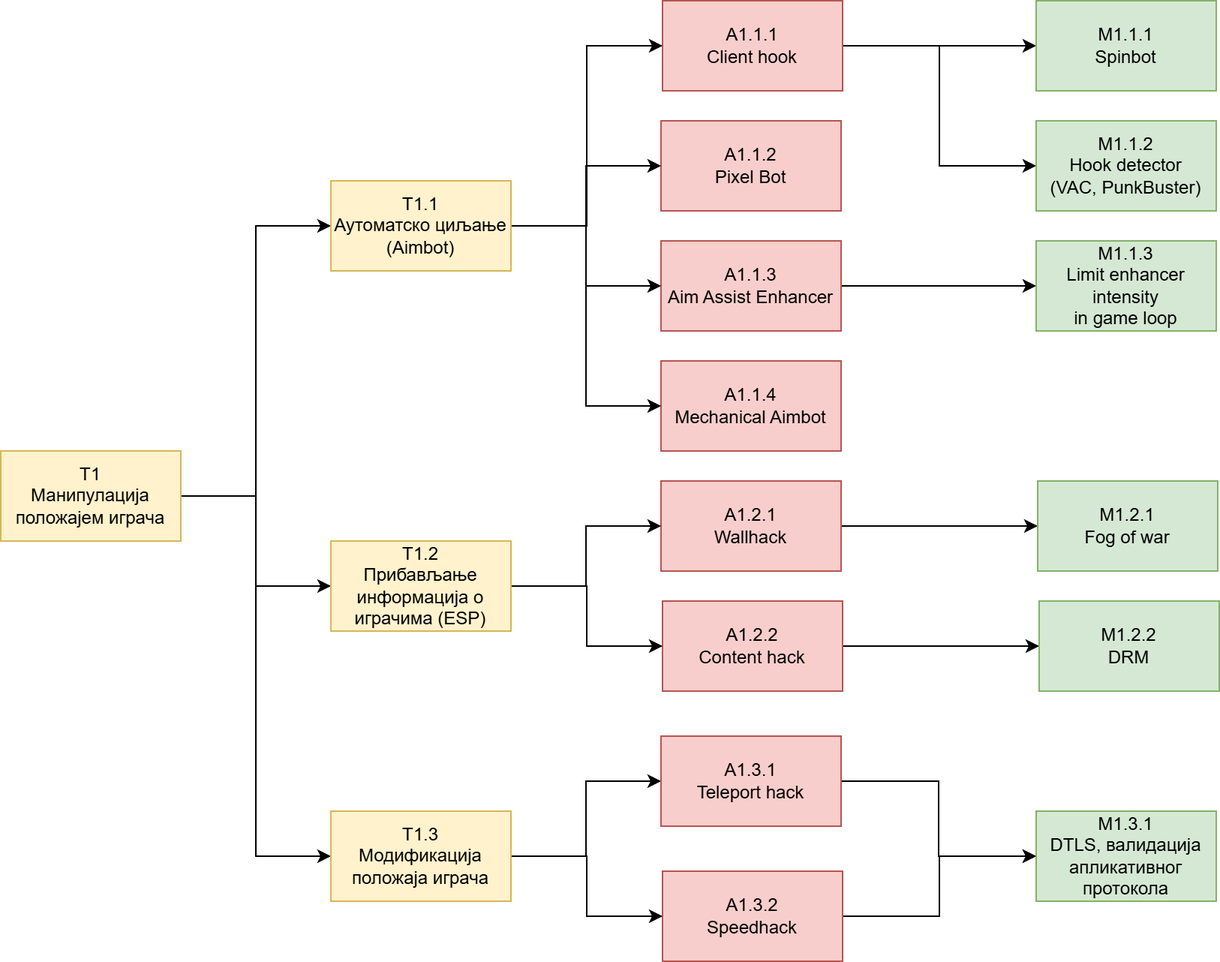
Earlier version of the draw.io export fps/threat_decomposition.drawio.png (magley/game-threat-model). Source tidied: cells renumbered, new cells last; positions are measured from the earlier drawing's top-left corner, leaving out a move shared by most shapes.
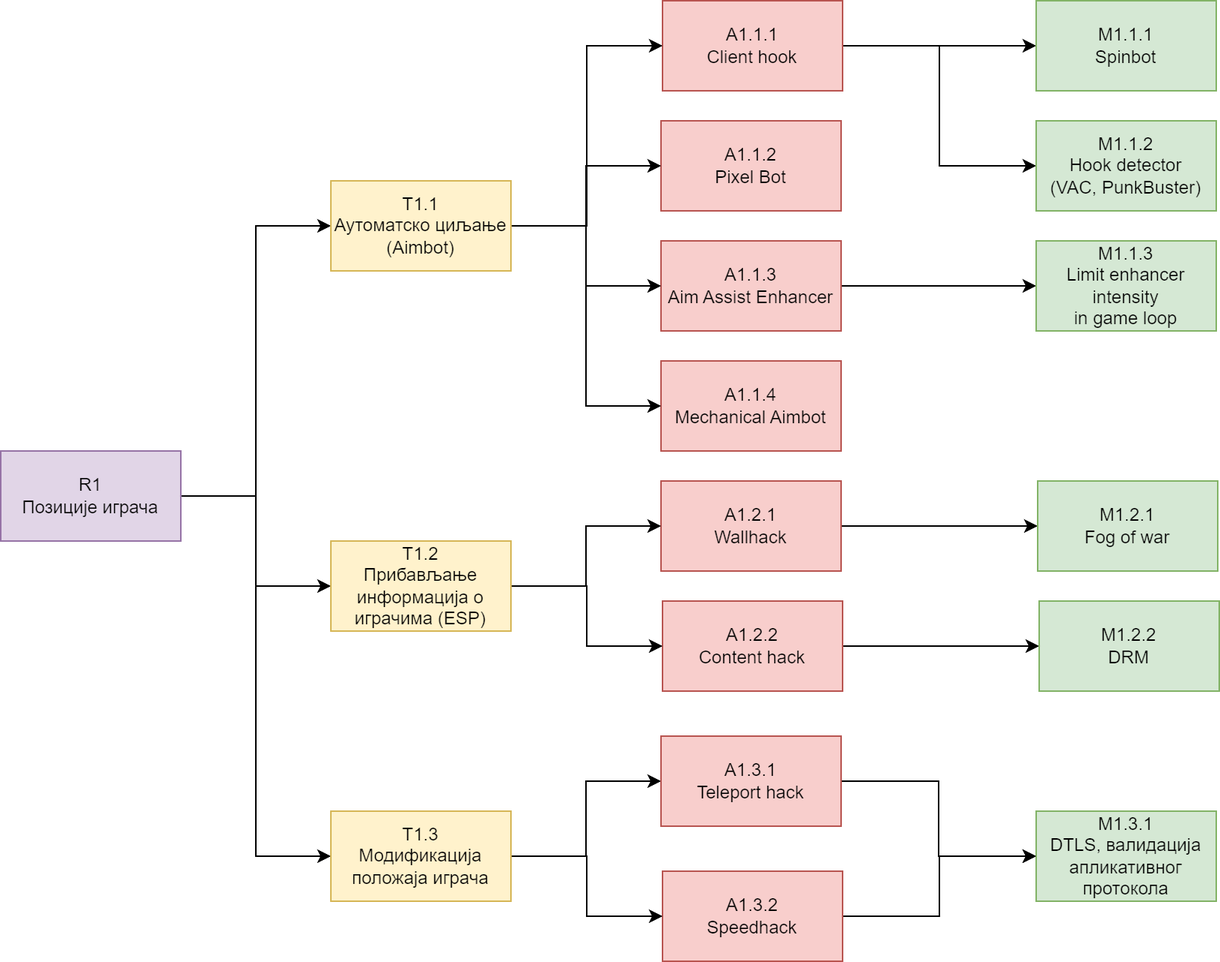
After the commit.

What changed in the source:
```diff
@@ -11,7 +11,7 @@
     <mxCell id="4" style="edgeStyle=orthogonalEdgeStyle;rounded=0;jettySize=auto;html=1;exitX=1;exitY=0.5;exitDx=0;exitDy=0;entryX=0;entryY=0.5;entryDx=0;entryDy=0;" parent="1" edge="1" source="5" target="35">
       <mxGeometry relative="1" as="geometry" />
     </mxCell>
-    <mxCell id="5" value="T1&lt;div&gt;Манипулација положајем играча&lt;/div&gt;" style="rounded=0;whiteSpace=wrap;html=1;fillColor=#fff2cc;strokeColor=#d6b656;" parent="1" vertex="1">
+    <mxCell id="5" value="R1&lt;div&gt;Позиције играча&lt;/div&gt;" style="rounded=0;whiteSpace=wrap;html=1;fillColor=#e1d5e7;strokeColor=#9673a6;" parent="1" vertex="1">
       <mxGeometry y="300" width="120" height="60" as="geometry" />
     </mxCell>
     <mxCell id="6" style="edgeStyle=orthogonalEdgeStyle;rounded=0;jettySize=auto;html=1;exitX=1;exitY=0.5;exitDx=0;exitDy=0;" parent="1" edge="1" source="7" target="21">
```
